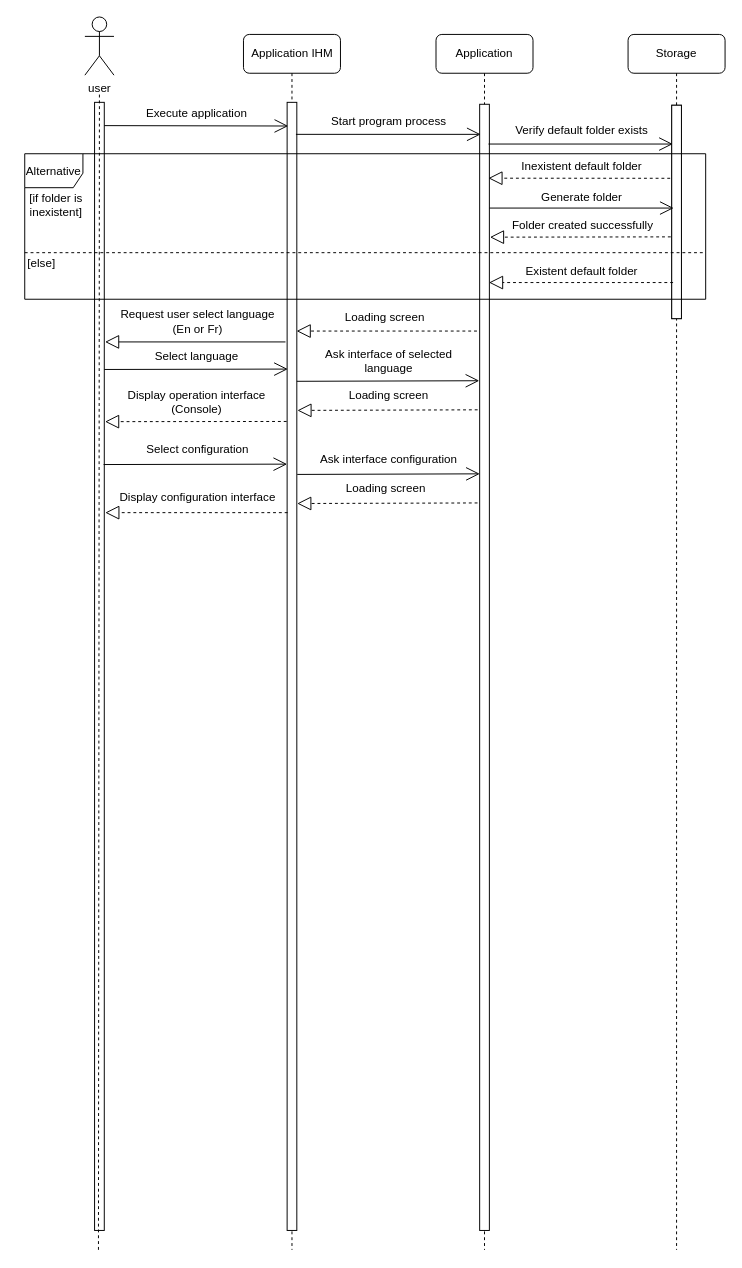
Earlier version of the draw.io diagram configuration diagram.drawio (Weicheng178/UML). Source tidied: cells renumbered, new cells numbered last; positions are measured from the earlier drawing's top-left corner, leaving out a move shared by most shapes. Both pictures are drawn from the tidied source at 97%, with x=0, y=0 at pixel (16, 16).
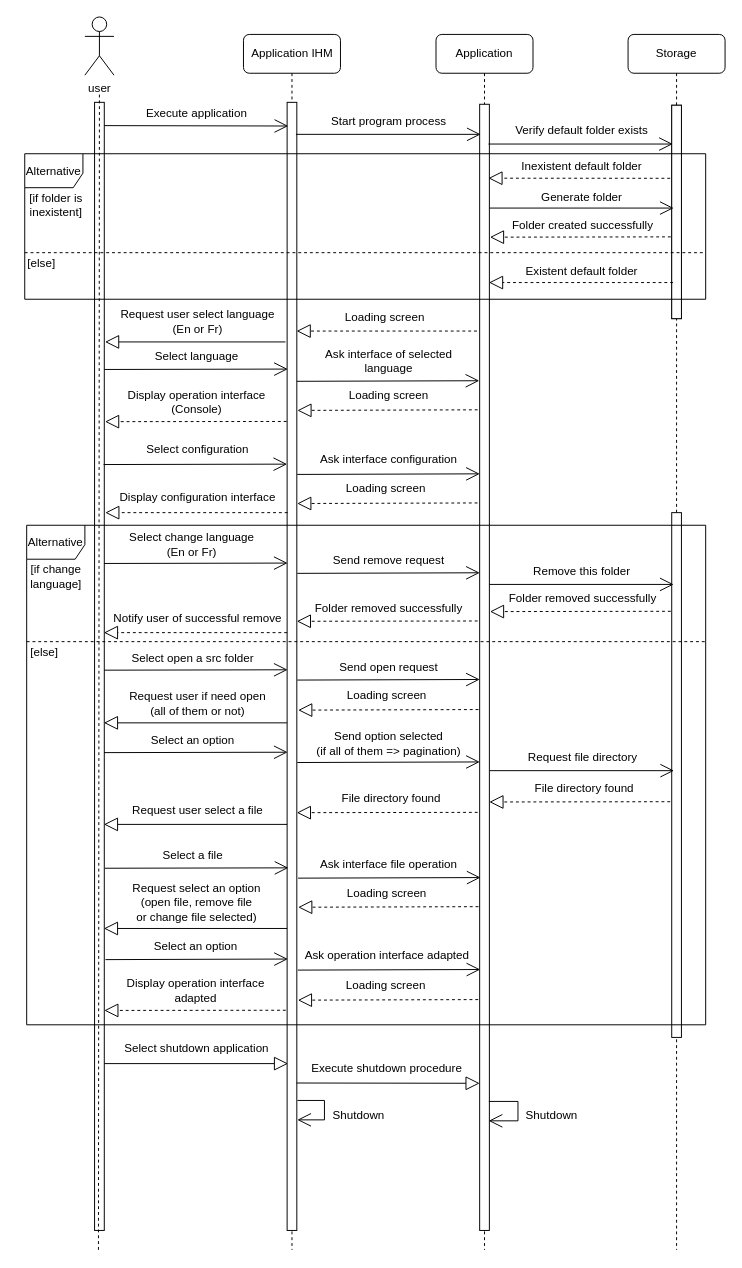
After the change.

Change to the diagram source:
```diff
@@
+    <mxCell id="50" style="endArrow=block;endFill=0;endSize=12;html=1;rounded=1;entryX=-0.002;entryY=0.916;entryDx=0;entryDy=0;entryPerimeter=0;" parent="1" edge="1">
+      <mxGeometry relative="1" as="geometry">
+        <mxPoint x="288.3" y="1099" as="sourcePoint" />
+        <mxPoint x="477" y="1099.3" as="targetPoint" />
+      </mxGeometry>
+    </mxCell>
+    <mxCell id="51" style="endArrow=block;endFill=0;endSize=12;html=1;rounded=1;" parent="1" edge="1">
+      <mxGeometry relative="1" as="geometry">
+        <mxPoint x="90" y="1079" as="sourcePoint" />
+        <mxPoint x="279.5" y="1079" as="targetPoint" />
+      </mxGeometry>
+    </mxCell>
+    <mxCell id="52" value="Execute shutdown procedure" style="text;html=1;align=center;verticalAlign=middle;strokeColor=none;fillColor=none;rounded=1;" parent="1" vertex="1">
+      <mxGeometry x="291.2" y="1069" width="180" height="30" as="geometry" />
+    </mxCell>
+    <mxCell id="53" value="Shutdown" style="text;html=1;align=center;verticalAlign=middle;strokeColor=none;fillColor=none;rounded=1;" parent="1" vertex="1">
+      <mxGeometry x="312.4" y="1118" width="80" height="30" as="geometry" />
+    </mxCell>
+    <mxCell id="54" style="endArrow=open;endFill=1;endSize=12;html=1;rounded=0;" parent="1" edge="1">
+      <mxGeometry relative="1" as="geometry">
+        <mxPoint x="486.5" y="1118" as="sourcePoint" />
+        <mxPoint x="486.3" y="1138" as="targetPoint" />
+        <Array as="points">
+          <mxPoint x="516.5" y="1118" />
+          <mxPoint x="516.5" y="1138" />
+        </Array>
+      </mxGeometry>
+    </mxCell>
+    <mxCell id="55" value="Shutdown" style="text;html=1;align=center;verticalAlign=middle;strokeColor=none;fillColor=none;rounded=1;" parent="1" vertex="1">
+      <mxGeometry x="511.1" y="1118" width="80" height="30" as="geometry" />
+    </mxCell>
+    <mxCell id="56" value="Select shutdown application" style="text;html=1;align=center;verticalAlign=middle;strokeColor=none;fillColor=none;rounded=1;" parent="1" vertex="1">
+      <mxGeometry x="100" y="1049" width="170" height="30" as="geometry" />
+    </mxCell>
+    <mxCell id="57" style="endArrow=open;endFill=1;endSize=12;html=1;rounded=0;" parent="1" edge="1">
+      <mxGeometry relative="1" as="geometry">
+        <mxPoint x="289.2" y="1117" as="sourcePoint" />
+        <mxPoint x="289" y="1137" as="targetPoint" />
+        <Array as="points">
+          <mxPoint x="317" y="1117" />
+          <mxPoint x="317" y="1137" />
+        </Array>
+      </mxGeometry>
+    </mxCell>
+    <mxCell id="58" style="html=1;perimeter=orthogonalPerimeter;rounded=0;glass=0;labelBackgroundColor=none;fillStyle=auto;" parent="1" vertex="1">
+      <mxGeometry x="675" y="511" width="10" height="541" as="geometry" />
+    </mxCell>
+    <mxCell id="59" style="endArrow=open;endFill=1;endSize=12;html=1;rounded=1;targetPerimeterSpacing=-4;sourcePerimeterSpacing=3;" parent="1" edge="1">
+      <mxGeometry relative="1" as="geometry">
+        <mxPoint x="487" y="585" as="sourcePoint" />
+        <mxPoint x="677" y="585" as="targetPoint" />
+      </mxGeometry>
+    </mxCell>
+    <mxCell id="60" value="Alternative" style="shape=umlFrame;whiteSpace=wrap;html=1;width=60;height=35;" parent="1" vertex="1">
+      <mxGeometry x="10" y="524" width="700" height="515" as="geometry" />
+    </mxCell>
+    <mxCell id="61" style="line;strokeWidth=1;fillColor=none;align=left;verticalAlign=middle;spacingTop=-1;spacingLeft=3;spacingRight=3;labelPosition=right;dashed=1;" parent="1" vertex="1">
+      <mxGeometry x="10" y="640" width="700" height="8" as="geometry" />
+    </mxCell>
+    <mxCell id="62" value="Remove this folder" style="text;html=1;align=center;verticalAlign=middle;strokeColor=none;fillColor=none;rounded=1;" parent="1" vertex="1">
+      <mxGeometry x="522.4" y="557" width="120" height="30" as="geometry" />
+    </mxCell>
+    <mxCell id="63" style="endArrow=block;dashed=1;endFill=0;endSize=12;html=1;rounded=1;targetPerimeterSpacing=-4;sourcePerimeterSpacing=3;exitX=-0.099;exitY=0.603;exitDx=0;exitDy=0;exitPerimeter=0;" parent="1" edge="1">
+      <mxGeometry relative="1" as="geometry">
+        <mxPoint x="674" y="612.7" as="sourcePoint" />
+        <mxPoint x="487.6" y="613" as="targetPoint" />
+      </mxGeometry>
+    </mxCell>
+    <mxCell id="64" value="Folder removed successfully" style="text;html=1;align=center;verticalAlign=middle;strokeColor=none;fillColor=none;rounded=1;" parent="1" vertex="1">
+      <mxGeometry x="492.5" y="585" width="180" height="30" as="geometry" />
+    </mxCell>
+    <mxCell id="65" value="Select change language&lt;br&gt;(En or Fr)" style="text;html=1;align=center;verticalAlign=middle;strokeColor=none;fillColor=none;rounded=1;" parent="1" vertex="1">
+      <mxGeometry x="105" y="524" width="150" height="40" as="geometry" />
+    </mxCell>
+    <mxCell id="66" style="endArrow=open;endFill=1;endSize=12;html=1;rounded=1;entryX=0.071;entryY=0.165;entryDx=0;entryDy=0;entryPerimeter=0;" parent="1" edge="1">
+      <mxGeometry relative="1" as="geometry">
+        <mxPoint x="89.8" y="563.4" as="sourcePoint" />
+        <mxPoint x="279" y="563" as="targetPoint" />
+      </mxGeometry>
+    </mxCell>
+    <mxCell id="67" value="Notify user of successful remove" style="text;html=1;align=center;verticalAlign=middle;strokeColor=none;fillColor=none;rounded=1;" parent="1" vertex="1">
+      <mxGeometry x="86.1" y="605" width="200" height="30" as="geometry" />
+    </mxCell>
+    <mxCell id="68" style="endArrow=block;dashed=1;endFill=0;endSize=12;html=1;rounded=1;" parent="1" edge="1">
+      <mxGeometry relative="1" as="geometry">
+        <mxPoint x="278.5" y="634.7" as="sourcePoint" />
+        <mxPoint x="89.6" y="634.7" as="targetPoint" />
+      </mxGeometry>
+    </mxCell>
+    <mxCell id="69" style="endArrow=open;endFill=1;endSize=12;html=1;rounded=1;entryX=-0.083;entryY=0.173;entryDx=0;entryDy=0;entryPerimeter=0;" parent="1" edge="1">
+      <mxGeometry relative="1" as="geometry">
+        <mxPoint x="289" y="573.6" as="sourcePoint" />
+        <mxPoint x="477.1" y="573" as="targetPoint" />
+      </mxGeometry>
+    </mxCell>
+    <mxCell id="70" value="Send remove request" style="text;html=1;align=center;verticalAlign=middle;strokeColor=none;fillColor=none;rounded=1;" parent="1" vertex="1">
+      <mxGeometry x="313.3" y="544.5" width="140" height="30" as="geometry" />
+    </mxCell>
+    <mxCell id="71" style="endArrow=block;dashed=1;endFill=0;endSize=12;html=1;rounded=1;targetPerimeterSpacing=-4;sourcePerimeterSpacing=3;exitX=-0.099;exitY=0.603;exitDx=0;exitDy=0;exitPerimeter=0;" parent="1" edge="1">
+      <mxGeometry relative="1" as="geometry">
+        <mxPoint x="474.9" y="622.7" as="sourcePoint" />
+        <mxPoint x="288.5" y="623" as="targetPoint" />
+      </mxGeometry>
+    </mxCell>
+    <mxCell id="72" value="Folder removed successfully" style="text;html=1;align=center;verticalAlign=middle;strokeColor=none;fillColor=none;rounded=1;" parent="1" vertex="1">
+      <mxGeometry x="293.4" y="595" width="180" height="30" as="geometry" />
+    </mxCell>
+    <mxCell id="73" value="Select open a src folder" style="text;html=1;align=center;verticalAlign=middle;strokeColor=none;fillColor=none;rounded=1;" parent="1" vertex="1">
+      <mxGeometry x="105.5" y="646" width="150" height="30" as="geometry" />
+    </mxCell>
+    <mxCell id="74" style="endArrow=open;endFill=1;endSize=12;html=1;rounded=1;entryX=0.071;entryY=0.165;entryDx=0;entryDy=0;entryPerimeter=0;" parent="1" edge="1">
+      <mxGeometry relative="1" as="geometry">
+        <mxPoint x="89.8" y="673.4" as="sourcePoint" />
+        <mxPoint x="279" y="673" as="targetPoint" />
+      </mxGeometry>
+    </mxCell>
+    <mxCell id="75" value="Request user if need open&lt;br&gt;(all of them or not)" style="text;html=1;align=center;verticalAlign=middle;strokeColor=none;fillColor=none;rounded=1;" parent="1" vertex="1">
+      <mxGeometry x="106.1" y="688" width="160" height="40" as="geometry" />
+    </mxCell>
+    <mxCell id="76" style="endArrow=block;endFill=0;endSize=12;html=1;rounded=1;" parent="1" edge="1">
+      <mxGeometry relative="1" as="geometry">
+        <mxPoint x="278.5" y="727.7" as="sourcePoint" />
+        <mxPoint x="89.6" y="727.7" as="targetPoint" />
+      </mxGeometry>
+    </mxCell>
+    <mxCell id="77" style="endArrow=open;endFill=1;endSize=12;html=1;rounded=1;entryX=-0.083;entryY=0.173;entryDx=0;entryDy=0;entryPerimeter=0;" parent="1" edge="1">
+      <mxGeometry relative="1" as="geometry">
+        <mxPoint x="289" y="683.6" as="sourcePoint" />
+        <mxPoint x="477.1" y="683" as="targetPoint" />
+      </mxGeometry>
+    </mxCell>
+    <mxCell id="78" value="Send open request" style="text;html=1;align=center;verticalAlign=middle;strokeColor=none;fillColor=none;rounded=1;" parent="1" vertex="1">
+      <mxGeometry x="323.3" y="655.5" width="120" height="30" as="geometry" />
+    </mxCell>
+    <mxCell id="79" value="Loading screen" style="text;html=1;align=center;verticalAlign=middle;strokeColor=none;fillColor=none;rounded=1;" parent="1" vertex="1">
+      <mxGeometry x="325.6" y="685" width="110" height="30" as="geometry" />
+    </mxCell>
+    <mxCell id="80" style="endArrow=block;dashed=1;endFill=0;endSize=12;html=1;rounded=1;exitX=-0.211;exitY=0.186;exitDx=0;exitDy=0;exitPerimeter=0;" parent="1" edge="1">
+      <mxGeometry relative="1" as="geometry">
+        <mxPoint x="475.8" y="714" as="sourcePoint" />
+        <mxPoint x="289.9" y="714.6" as="targetPoint" />
+      </mxGeometry>
+    </mxCell>
+    <mxCell id="81" value="Select an option" style="text;html=1;align=center;verticalAlign=middle;strokeColor=none;fillColor=none;rounded=1;" parent="1" vertex="1">
+      <mxGeometry x="125.5" y="731" width="110" height="30" as="geometry" />
+    </mxCell>
+    <mxCell id="82" style="endArrow=open;endFill=1;endSize=12;html=1;rounded=1;entryX=0.071;entryY=0.165;entryDx=0;entryDy=0;entryPerimeter=0;" parent="1" edge="1">
+      <mxGeometry relative="1" as="geometry">
+        <mxPoint x="89.8" y="758.4" as="sourcePoint" />
+        <mxPoint x="279" y="758" as="targetPoint" />
+      </mxGeometry>
+    </mxCell>
+    <mxCell id="83" value="Request user select a file" style="text;html=1;align=center;verticalAlign=middle;strokeColor=none;fillColor=none;rounded=1;" parent="1" vertex="1">
+      <mxGeometry x="106.1" y="802.7" width="160" height="30" as="geometry" />
+    </mxCell>
+    <mxCell id="84" style="endArrow=block;endFill=0;endSize=12;html=1;rounded=1;" parent="1" edge="1">
+      <mxGeometry relative="1" as="geometry">
+        <mxPoint x="278.5" y="832.4" as="sourcePoint" />
+        <mxPoint x="89.6" y="832.4" as="targetPoint" />
+      </mxGeometry>
+    </mxCell>
+    <mxCell id="85" style="endArrow=open;endFill=1;endSize=12;html=1;rounded=1;entryX=-0.083;entryY=0.173;entryDx=0;entryDy=0;entryPerimeter=0;" parent="1" edge="1">
+      <mxGeometry relative="1" as="geometry">
+        <mxPoint x="289" y="768.6" as="sourcePoint" />
+        <mxPoint x="477.1" y="768" as="targetPoint" />
+      </mxGeometry>
+    </mxCell>
+    <mxCell id="86" value="Send option selected&lt;br&gt;(if all of them =&amp;gt; pagination)" style="text;html=1;align=center;verticalAlign=middle;strokeColor=none;fillColor=none;rounded=1;" parent="1" vertex="1">
+      <mxGeometry x="298.3" y="728.5" width="170" height="40" as="geometry" />
+    </mxCell>
+    <mxCell id="87" style="endArrow=open;endFill=1;endSize=12;html=1;rounded=1;targetPerimeterSpacing=-4;sourcePerimeterSpacing=3;" parent="1" edge="1">
+      <mxGeometry relative="1" as="geometry">
+        <mxPoint x="487.4" y="777" as="sourcePoint" />
+        <mxPoint x="677.4" y="777" as="targetPoint" />
+      </mxGeometry>
+    </mxCell>
+    <mxCell id="88" value="Request file directory" style="text;html=1;align=center;verticalAlign=middle;strokeColor=none;fillColor=none;rounded=1;" parent="1" vertex="1">
+      <mxGeometry x="512.8" y="749" width="140" height="30" as="geometry" />
+    </mxCell>
+    <mxCell id="89" style="endArrow=block;dashed=1;endFill=0;endSize=12;html=1;rounded=1;targetPerimeterSpacing=-4;sourcePerimeterSpacing=3;exitX=-0.099;exitY=0.603;exitDx=0;exitDy=0;exitPerimeter=0;" parent="1" edge="1">
+      <mxGeometry relative="1" as="geometry">
+        <mxPoint x="673.4" y="809" as="sourcePoint" />
+        <mxPoint x="487" y="809.3" as="targetPoint" />
+      </mxGeometry>
+    </mxCell>
+    <mxCell id="90" value="&amp;nbsp;File directory found&lt;br&gt;" style="text;html=1;align=center;verticalAlign=middle;strokeColor=none;fillColor=none;rounded=1;" parent="1" vertex="1">
+      <mxGeometry x="517.8" y="780" width="130" height="30" as="geometry" />
+    </mxCell>
+    <mxCell id="91" style="endArrow=block;dashed=1;endFill=0;endSize=12;html=1;rounded=1;targetPerimeterSpacing=-4;sourcePerimeterSpacing=3;exitX=-0.099;exitY=0.603;exitDx=0;exitDy=0;exitPerimeter=0;" parent="1" edge="1">
+      <mxGeometry relative="1" as="geometry">
+        <mxPoint x="474.9" y="820" as="sourcePoint" />
+        <mxPoint x="288.5" y="820.3" as="targetPoint" />
+      </mxGeometry>
+    </mxCell>
+    <mxCell id="92" value="&amp;nbsp;File directory found&lt;br&gt;" style="text;html=1;align=center;verticalAlign=middle;strokeColor=none;fillColor=none;rounded=1;" parent="1" vertex="1">
+      <mxGeometry x="319.3" y="791" width="130" height="30" as="geometry" />
+    </mxCell>
+    <mxCell id="93" value="Select a file" style="text;html=1;align=center;verticalAlign=middle;strokeColor=none;fillColor=none;rounded=1;" parent="1" vertex="1">
+      <mxGeometry x="136.3" y="850.2" width="90" height="30" as="geometry" />
+    </mxCell>
+    <mxCell id="94" style="endArrow=open;endFill=1;endSize=12;html=1;rounded=1;entryX=0.071;entryY=0.165;entryDx=0;entryDy=0;entryPerimeter=0;" parent="1" edge="1">
+      <mxGeometry relative="1" as="geometry">
+        <mxPoint x="90.6" y="877.6" as="sourcePoint" />
+        <mxPoint x="279.8" y="877.2" as="targetPoint" />
+      </mxGeometry>
+    </mxCell>
+    <mxCell id="95" style="endArrow=open;endFill=1;endSize=12;html=1;rounded=1;entryX=-0.083;entryY=0.173;entryDx=0;entryDy=0;entryPerimeter=0;" parent="1" edge="1">
+      <mxGeometry relative="1" as="geometry">
+        <mxPoint x="289.8" y="887.8" as="sourcePoint" />
+        <mxPoint x="477.9" y="887.2" as="targetPoint" />
+      </mxGeometry>
+    </mxCell>
+    <mxCell id="96" value="Ask interface file operation" style="text;html=1;align=center;verticalAlign=middle;strokeColor=none;fillColor=none;rounded=1;" parent="1" vertex="1">
+      <mxGeometry x="302.8" y="859.2" width="160" height="30" as="geometry" />
+    </mxCell>
+    <mxCell id="97" value="Loading screen" style="text;html=1;align=center;verticalAlign=middle;strokeColor=none;fillColor=none;rounded=1;" parent="1" vertex="1">
+      <mxGeometry x="325.6" y="889.2" width="110" height="30" as="geometry" />
+    </mxCell>
+    <mxCell id="98" style="endArrow=block;dashed=1;endFill=0;endSize=12;html=1;rounded=1;exitX=-0.211;exitY=0.186;exitDx=0;exitDy=0;exitPerimeter=0;" parent="1" edge="1">
+      <mxGeometry relative="1" as="geometry">
+        <mxPoint x="475.8" y="917.2" as="sourcePoint" />
+        <mxPoint x="289.9" y="917.8" as="targetPoint" />
+      </mxGeometry>
+    </mxCell>
+    <mxCell id="99" value="Request select an option&lt;br&gt;(open file, remove file &lt;br&gt;or change file selected)" style="text;html=1;align=center;verticalAlign=middle;strokeColor=none;fillColor=none;rounded=1;" parent="1" vertex="1">
+      <mxGeometry x="105" y="883.2" width="160" height="60" as="geometry" />
+    </mxCell>
+    <mxCell id="100" style="endArrow=block;endFill=0;endSize=12;html=1;rounded=1;" parent="1" edge="1">
+      <mxGeometry relative="1" as="geometry">
+        <mxPoint x="278.5" y="939.7" as="sourcePoint" />
+        <mxPoint x="89.6" y="939.7" as="targetPoint" />
+      </mxGeometry>
+    </mxCell>
+    <mxCell id="101" style="endArrow=open;endFill=1;endSize=12;html=1;rounded=1;entryX=-0.083;entryY=0.173;entryDx=0;entryDy=0;entryPerimeter=0;" parent="1" edge="1">
+      <mxGeometry relative="1" as="geometry">
+        <mxPoint x="91.2" y="971.8" as="sourcePoint" />
+        <mxPoint x="279.3" y="971.2" as="targetPoint" />
+      </mxGeometry>
+    </mxCell>
+    <mxCell id="102" value="Select an option" style="text;html=1;align=center;verticalAlign=middle;strokeColor=none;fillColor=none;rounded=1;" parent="1" vertex="1">
+      <mxGeometry x="129.2" y="943.2" width="110" height="30" as="geometry" />
+    </mxCell>
+    <mxCell id="103" style="endArrow=open;endFill=1;endSize=12;html=1;rounded=1;entryX=-0.083;entryY=0.173;entryDx=0;entryDy=0;entryPerimeter=0;" parent="1" edge="1">
+      <mxGeometry relative="1" as="geometry">
+        <mxPoint x="289.5" y="982.6" as="sourcePoint" />
+        <mxPoint x="477.6" y="982" as="targetPoint" />
+      </mxGeometry>
+    </mxCell>
+    <mxCell id="104" value="Ask operation interface adapted&amp;nbsp;" style="text;html=1;align=center;verticalAlign=middle;strokeColor=none;fillColor=none;rounded=1;" parent="1" vertex="1">
+      <mxGeometry x="282.5" y="953" width="200" height="30" as="geometry" />
+    </mxCell>
+    <mxCell id="105" value="Loading screen" style="text;html=1;align=center;verticalAlign=middle;strokeColor=none;fillColor=none;rounded=1;" parent="1" vertex="1">
+      <mxGeometry x="325.3" y="984" width="110" height="30" as="geometry" />
+    </mxCell>
+    <mxCell id="106" style="endArrow=block;dashed=1;endFill=0;endSize=12;html=1;rounded=1;exitX=-0.211;exitY=0.186;exitDx=0;exitDy=0;exitPerimeter=0;" parent="1" edge="1">
+      <mxGeometry relative="1" as="geometry">
+        <mxPoint x="475.5" y="1013" as="sourcePoint" />
+        <mxPoint x="289.6" y="1013.6" as="targetPoint" />
+      </mxGeometry>
+    </mxCell>
+    <mxCell id="107" style="endArrow=block;dashed=1;endFill=0;endSize=12;html=1;rounded=1;exitX=-0.125;exitY=0.144;exitDx=0;exitDy=0;exitPerimeter=0;" parent="1" edge="1">
+      <mxGeometry relative="1" as="geometry">
+        <mxPoint x="277.1" y="1024" as="sourcePoint" />
+        <mxPoint x="90" y="1024.2" as="targetPoint" />
+      </mxGeometry>
+    </mxCell>
+    <mxCell id="108" value="Display operation interface &lt;br&gt;adapted" style="text;html=1;align=center;verticalAlign=middle;strokeColor=none;fillColor=none;rounded=1;" parent="1" vertex="1">
+      <mxGeometry x="99.2" y="984" width="170" height="40" as="geometry" />
+    </mxCell>
+    <mxCell id="109" value="[if change&lt;br&gt;language]" style="text;html=1;align=center;verticalAlign=middle;strokeColor=none;fillColor=none;" parent="1" vertex="1">
+      <mxGeometry y="557" width="80" height="40" as="geometry" />
+    </mxCell>
+    <mxCell id="110" value="[else]" style="text;html=1;align=center;verticalAlign=middle;strokeColor=none;fillColor=none;" parent="1" vertex="1">
+      <mxGeometry x="3" y="640" width="50" height="30" as="geometry" />
+    </mxCell>
```
